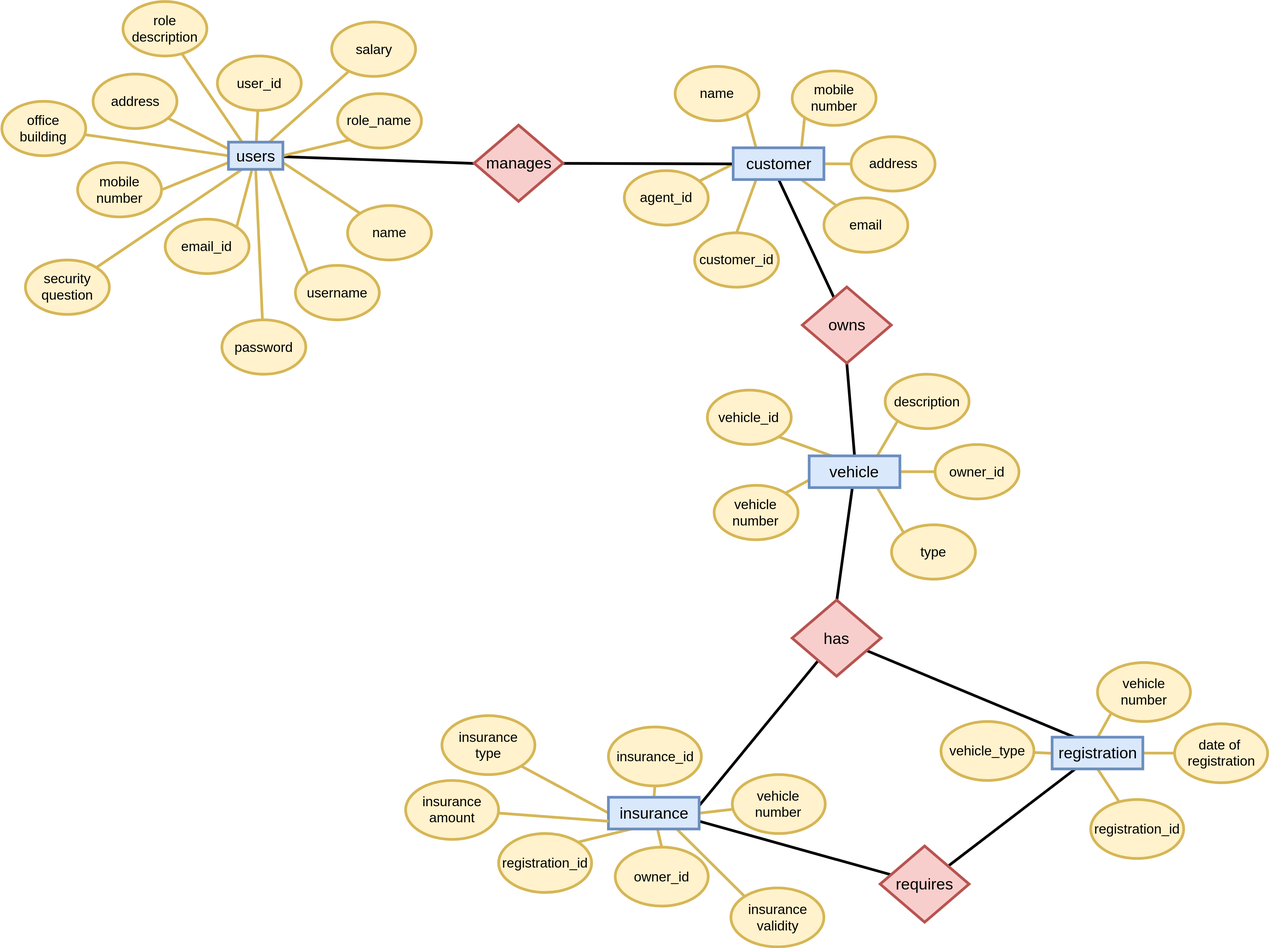
The draw.io diagram Draw-Files/Redundant-Entity-Relationship.svg in Gituser143/DBMS-Project, before a commit. Source tidied: cells renumbered, new cells last; positions are measured from the earlier drawing's top-left corner, leaving out a move shared by most shapes.
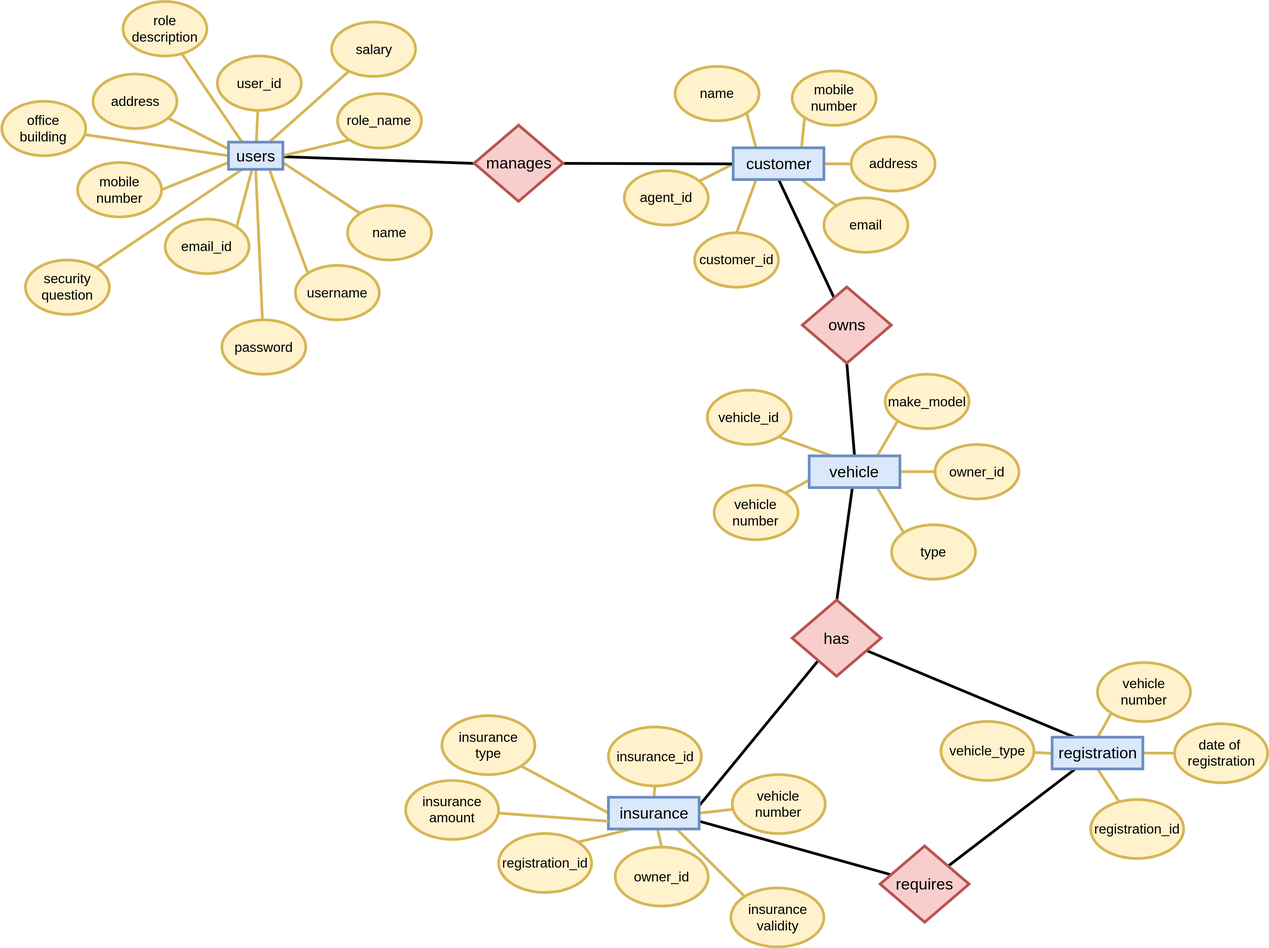
After the change.

The edit, as a diff of the source:
```diff
@@ -131,7 +131,7 @@
     <mxCell id="44" style="edgeStyle=none;rounded=0;html=1;exitX=0;exitY=1;entryX=0.75;entryY=0;endArrow=none;endFill=0;jettySize=auto;fillColor=#fff2cc;strokeColor=#d6b656;strokeWidth=6;" parent="1" edge="1" source="45" target="82">
       <mxGeometry relative="1" as="geometry" />
     </mxCell>
-    <mxCell id="45" value="&lt;font style=&quot;font-size: 30px&quot;&gt;description&lt;br&gt;&lt;/font&gt;" style="ellipse;whiteSpace=wrap;html=1;fillColor=#fff2cc;strokeColor=#d6b656;strokeWidth=6;" parent="1" vertex="1">
+    <mxCell id="45" value="&lt;font style=&quot;font-size: 30px&quot;&gt;make_model&lt;br&gt;&lt;/font&gt;" style="ellipse;whiteSpace=wrap;html=1;fillColor=#fff2cc;strokeColor=#d6b656;strokeWidth=6;" parent="1" vertex="1">
       <mxGeometry x="1947.5" y="822" width="185" height="120" as="geometry" />
     </mxCell>
     <mxCell id="46" style="edgeStyle=none;rounded=0;html=1;entryX=1;entryY=0.5;endArrow=none;endFill=0;jettySize=auto;fillColor=#fff2cc;strokeColor=#d6b656;strokeWidth=6;" parent="1" edge="1" source="47" target="82">
```
